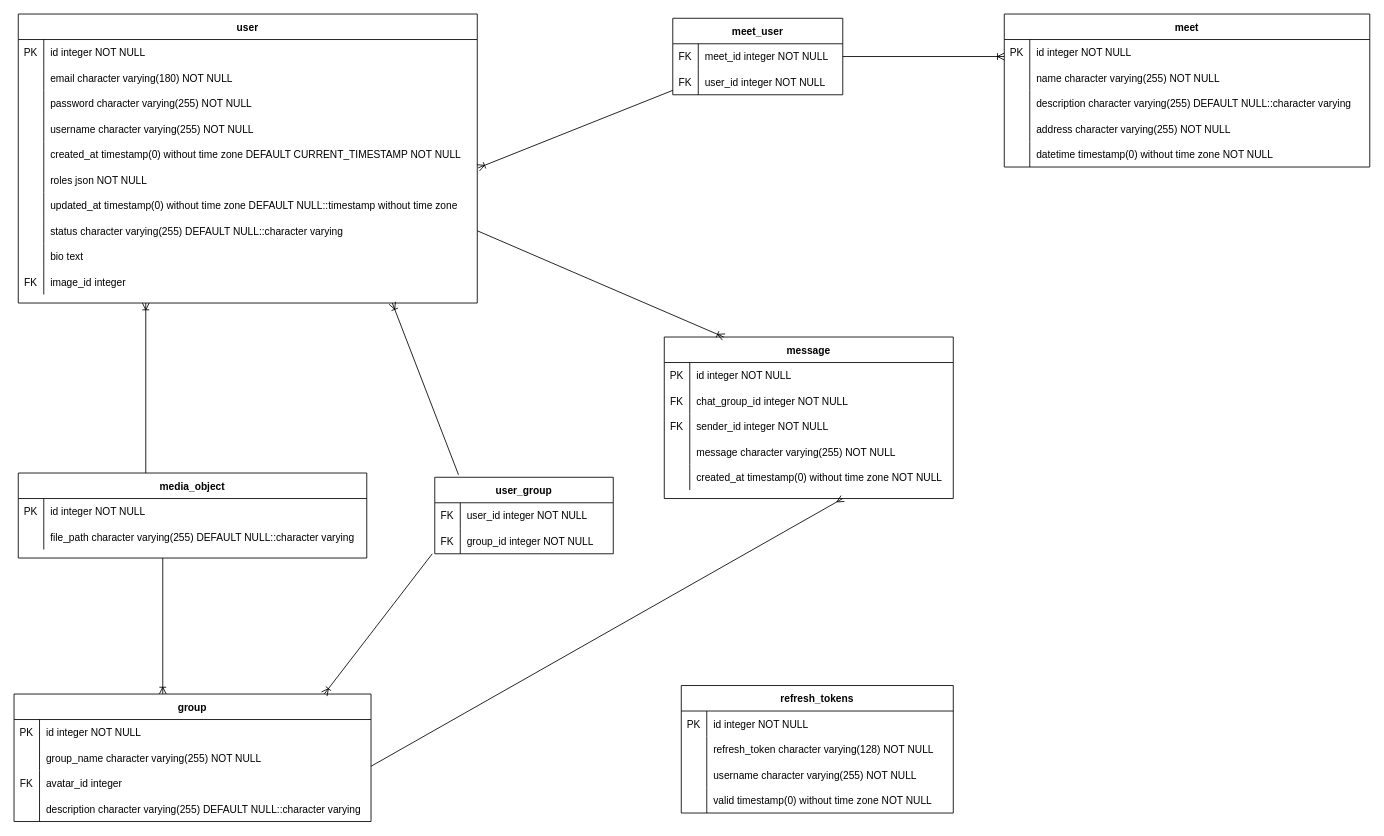
This is assets/erd.drawio.xml from qwerty084/LF8, a draw.io file, before an edit. Source tidied: cells renumbered, new cells numbered last; positions are measured from the earlier drawing's top-left corner, leaving out a move shared by most shapes. Both pictures are drawn from the tidied source at 85%, with x=0, y=0 at pixel (14, 14).
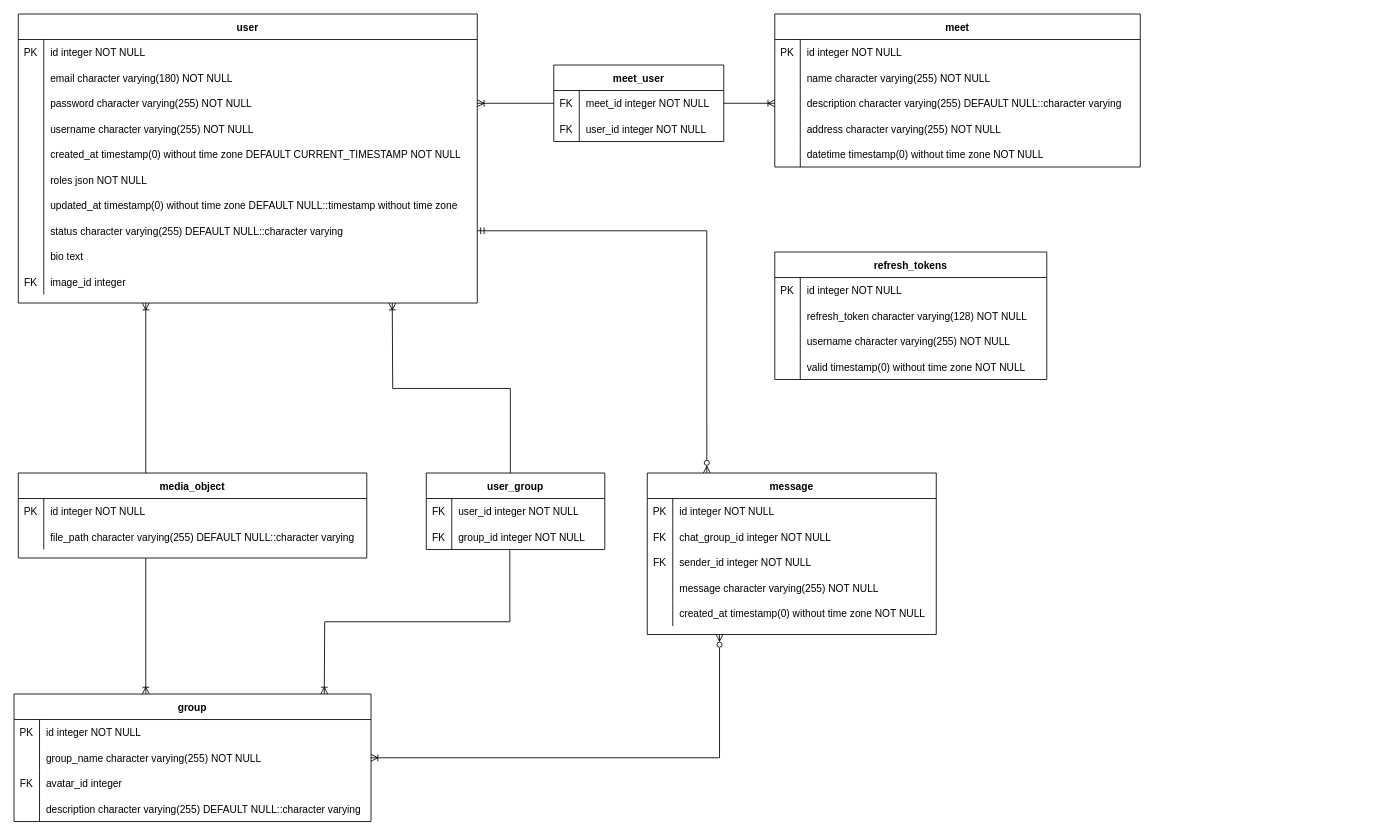
The same page after the edit.

Commit message (it also covers changes not shown here):
refine ERD

The change refers to these unchanged cells:
```xml
<mxCell id="6" style="shape=tableRow;horizontal=0;startSize=0;swimlaneHead=0;swimlaneBody=0;fillColor=none;points=[[0,0.5],[1,0.5]];portConstraint=eastwest;strokeColor=inherit;top=0;left=0;right=0;bottom=0;" parent="2" vertex="1">
  <mxGeometry y="60" width="420" height="30" as="geometry" />
</mxCell>
<mxCell id="45" style="shape=tableRow;horizontal=0;startSize=0;swimlaneHead=0;swimlaneBody=0;fillColor=none;points=[[0,0.5],[1,0.5]];portConstraint=eastwest;strokeColor=inherit;top=0;left=0;right=0;bottom=0;" parent="38" vertex="1">
  <mxGeometry y="90" width="540" height="30" as="geometry" />
</mxCell>
<mxCell id="54" style="shape=tableRow;horizontal=0;startSize=0;swimlaneHead=0;swimlaneBody=0;fillColor=none;points=[[0,0.5],[1,0.5]];portConstraint=eastwest;strokeColor=inherit;top=0;left=0;right=0;bottom=0;" parent="38" vertex="1">
  <mxGeometry y="180" width="540" height="30" as="geometry" />
</mxCell>
<mxCell id="60" style="shape=tableRow;horizontal=0;startSize=0;swimlaneHead=0;swimlaneBody=0;fillColor=none;points=[[0,0.5],[1,0.5]];portConstraint=eastwest;strokeColor=inherit;top=0;left=0;right=0;bottom=0;" parent="38" vertex="1">
  <mxGeometry y="240" width="540" height="30" as="geometry" />
</mxCell>
<mxCell id="76" style="shape=tableRow;horizontal=0;startSize=0;swimlaneHead=0;swimlaneBody=0;fillColor=none;points=[[0,0.5],[1,0.5]];portConstraint=eastwest;strokeColor=inherit;top=0;left=0;right=0;bottom=0;" parent="69" vertex="1">
  <mxGeometry y="90" width="430" height="30" as="geometry" />
</mxCell>
<mxCell id="86" style="shape=tableRow;horizontal=0;startSize=0;swimlaneHead=0;swimlaneBody=0;fillColor=none;points=[[0,0.5],[1,0.5]];portConstraint=eastwest;strokeColor=inherit;top=0;left=0;right=0;bottom=0;" parent="85" vertex="1">
  <mxGeometry y="30" width="200" height="30" as="geometry" />
</mxCell>
<mxCell id="109" style="shape=tableRow;horizontal=0;startSize=0;swimlaneHead=0;swimlaneBody=0;fillColor=none;points=[[0,0.5],[1,0.5]];portConstraint=eastwest;strokeColor=inherit;top=0;left=0;right=0;bottom=0;" parent="105" vertex="1">
  <mxGeometry y="60" width="210" height="30" as="geometry" />
</mxCell>
```

Change to the diagram source:
```diff
@@
     <mxCell id="22" value="message" style="shape=table;startSize=30;childLayout=tableLayout;rowLines=0;fontStyle=1;align=center;" parent="1" vertex="1">
-      <mxGeometry x="765" y="380" width="340" height="190" as="geometry" />
+      <mxGeometry x="745" y="540" width="340" height="190" as="geometry" />
     </mxCell>
@@
     <mxCell id="69" value="meet" style="shape=table;startSize=30;childLayout=tableLayout;rowLines=0;fontStyle=1;align=center;" parent="1" vertex="1">
-      <mxGeometry x="1165" width="430" height="180" as="geometry" />
+      <mxGeometry x="895" width="430" height="180" as="geometry" />
     </mxCell>
@@
     <mxCell id="85" value="meet_user" style="shape=table;startSize=30;childLayout=tableLayout;rowLines=0;fontStyle=1;align=center;" parent="1" vertex="1">
-      <mxGeometry x="775" y="5" width="200" height="90" as="geometry" />
+      <mxGeometry x="635" y="60" width="200" height="90" as="geometry" />
     </mxCell>
@@
     <mxCell id="92" value="refresh_tokens" style="shape=table;startSize=30;childLayout=tableLayout;rowLines=0;fontStyle=1;align=center;" parent="1" vertex="1">
-      <mxGeometry x="785" y="790" width="320" height="150" as="geometry" />
+      <mxGeometry x="895" y="280" width="320" height="150" as="geometry" />
     </mxCell>
@@
     <mxCell id="105" value="user_group" style="shape=table;startSize=30;childLayout=tableLayout;rowLines=0;fontStyle=1;align=center;" parent="1" vertex="1">
-      <mxGeometry x="495" y="545" width="210" height="90" as="geometry" />
+      <mxGeometry x="485" y="540" width="210" height="90" as="geometry" />
     </mxCell>
@@
     <mxCell id="113" style="fontSize=12;html=1;endArrow=ERoneToMany;rounded=0;" parent="1" edge="1">
       <mxGeometry relative="1" as="geometry">
-        <mxPoint x="175" y="640" as="sourcePoint" />
-        <mxPoint x="175" y="800" as="targetPoint" />
+        <mxPoint x="155" y="640" as="sourcePoint" />
+        <mxPoint x="155" y="800" as="targetPoint" />
       </mxGeometry>
     </mxCell>
-    <mxCell id="114" style="fontSize=12;html=1;endArrow=ERoneToMany;rounded=0;exitX=0.133;exitY=-0.033;exitDx=0;exitDy=0;exitPerimeter=0;" parent="1" edge="1" source="105">
+    <mxCell id="114" style="fontSize=12;html=1;endArrow=ERoneToMany;rounded=0;exitX=0.471;exitY=0;exitDx=0;exitDy=0;exitPerimeter=0;edgeStyle=orthogonalEdgeStyle;" parent="1" edge="1" source="105">
       <mxGeometry relative="1" as="geometry">
         <mxPoint x="445" y="340" as="targetPoint" />
       </mxGeometry>
     </mxCell>
-    <mxCell id="115" style="fontSize=12;html=1;endArrow=ERoneToMany;rounded=0;entryX=1.002;entryY=0.033;entryDx=0;entryDy=0;entryPerimeter=0;" parent="1" edge="1" source="85" target="54">
+    <mxCell id="115" style="fontSize=12;html=1;endArrow=ERoneToMany;rounded=0;entryX=1;entryY=0.5;entryDx=0;entryDy=0;edgeStyle=orthogonalEdgeStyle;" parent="1" edge="1" source="85" target="45">
       <mxGeometry relative="1" as="geometry" />
     </mxCell>
-    <mxCell id="116" style="fontSize=12;html=1;endArrow=ERoneToMany;rounded=0;exitX=-0.014;exitY=1;exitDx=0;exitDy=0;exitPerimeter=0;" parent="1" edge="1" source="109">
+    <mxCell id="116" style="fontSize=12;html=1;endArrow=ERoneToMany;rounded=0;exitX=0.468;exitY=1.025;exitDx=0;exitDy=0;edgeStyle=orthogonalEdgeStyle;exitPerimeter=0;fontStyle=4;" parent="1" edge="1" source="109">
       <mxGeometry relative="1" as="geometry">
         <mxPoint x="365" y="800" as="targetPoint" />
       </mxGeometry>
     </mxCell>
-    <mxCell id="117" style="fontSize=12;html=1;endArrow=ERmany;rounded=0;exitX=1;exitY=0.5;exitDx=0;exitDy=0;" parent="1" edge="1">
+    <mxCell id="117" style="fontSize=12;html=1;endArrow=ERzeroToMany;rounded=0;exitX=1;exitY=0.5;exitDx=0;exitDy=0;edgeStyle=orthogonalEdgeStyle;entryX=0.25;entryY=1;entryDx=0;entryDy=0;endFill=0;startArrow=ERoneToMany;startFill=0;" parent="1" edge="1" source="6" target="22">
       <mxGeometry relative="1" as="geometry">
-        <mxPoint x="420" y="885" as="sourcePoint" />
-        <mxPoint x="975" y="570" as="targetPoint" />
+        <Array as="points">
+          <mxPoint x="830" y="875" />
+        </Array>
       </mxGeometry>
     </mxCell>
-    <mxCell id="118" style="fontSize=12;html=1;endArrow=ERoneToMany;rounded=0;entryX=0.206;entryY=0;entryDx=0;entryDy=0;entryPerimeter=0;exitX=1;exitY=0.5;exitDx=0;exitDy=0;" parent="1" edge="1" source="60" target="22">
+    <mxCell id="118" style="fontSize=12;html=1;endArrow=ERzeroToMany;rounded=0;entryX=0.206;entryY=0;entryDx=0;entryDy=0;entryPerimeter=0;exitX=1;exitY=0.5;exitDx=0;exitDy=0;edgeStyle=orthogonalEdgeStyle;endFill=0;startArrow=ERmandOne;startFill=0;" parent="1" edge="1" source="60" target="22">
       <mxGeometry relative="1" as="geometry" />
     </mxCell>
-    <mxCell id="119" style="fontSize=12;html=1;endArrow=ERoneToMany;rounded=0;exitX=1;exitY=0.5;exitDx=0;exitDy=0;" parent="1" edge="1" source="86">
-      <mxGeometry relative="1" as="geometry">
-        <mxPoint x="1165" y="50" as="targetPoint" />
-      </mxGeometry>
+    <mxCell id="119" style="fontSize=12;html=1;endArrow=ERoneToMany;rounded=0;exitX=1;exitY=0.5;exitDx=0;exitDy=0;entryX=0;entryY=0.5;entryDx=0;entryDy=0;" parent="1" edge="1" source="86" target="76">
+      <mxGeometry relative="1" as="geometry" />
     </mxCell>
```
